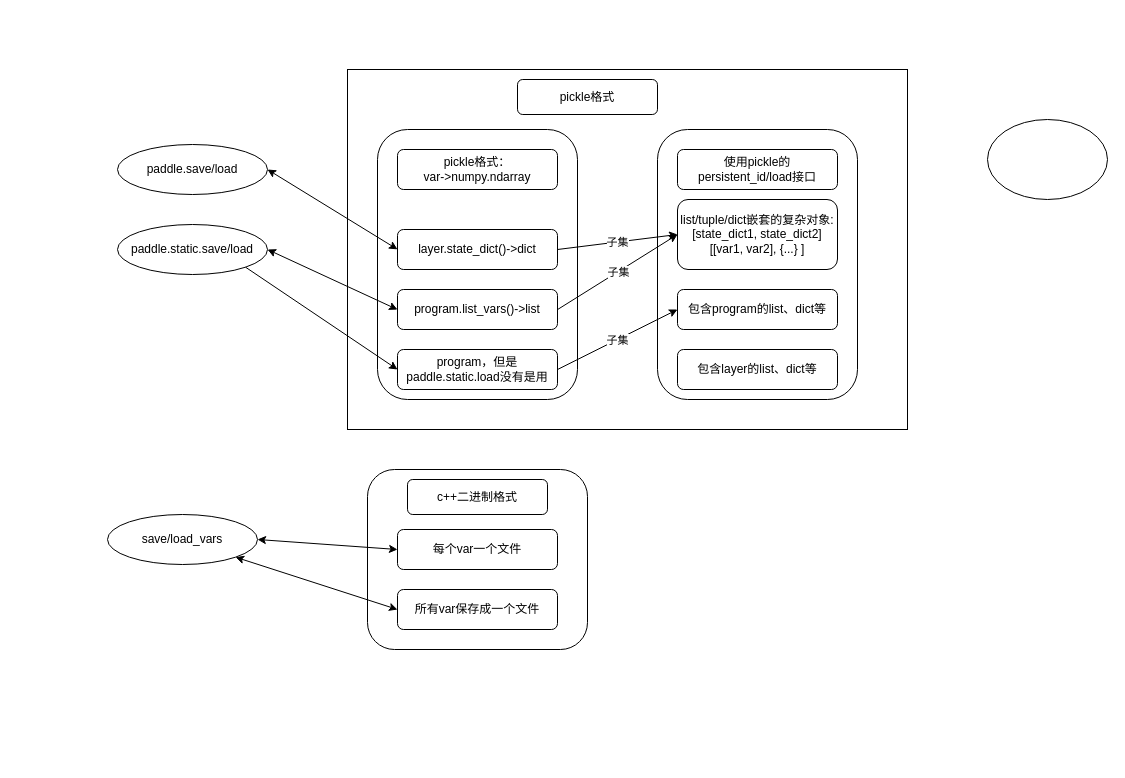
hbwx24/draw.io keeps this draw.io diagram as save/load Diagram.drawio. Above is the earlier version. Source tidied: cells renumbered, new cells numbered last; positions are measured from the earlier drawing's top-left corner, leaving out a move shared by most shapes. Both pictures are drawn from the tidied source at 100%, with x=0, y=0 at pixel (107, 69).
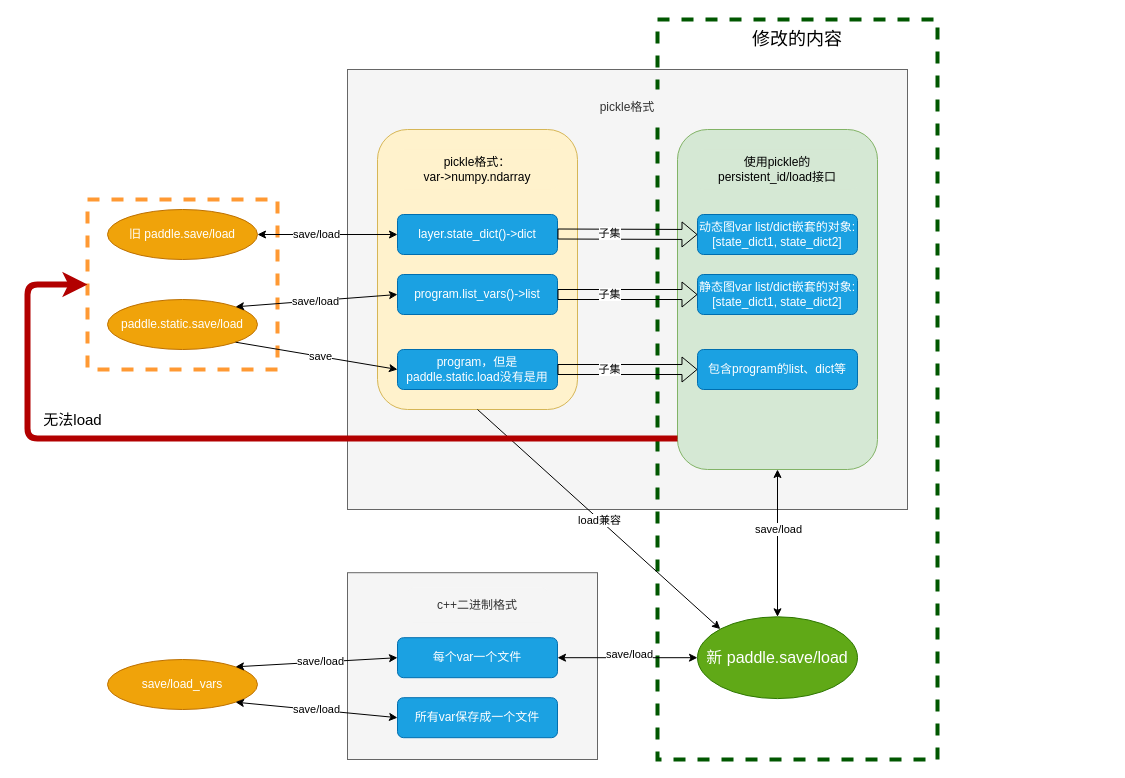
The same diagram, later.

Change to the diagram source:
```diff
@@
-    <mxCell id="2" style="rounded=0;whiteSpace=wrap;html=1;fillColor=none;" parent="1" vertex="1">
-      <mxGeometry x="240" width="560" height="360" as="geometry" />
+    <mxCell id="2" style="rounded=0;whiteSpace=wrap;html=1;fillColor=#f5f5f5;strokeColor=#666666;fontColor=#333333;" parent="1" vertex="1">
+      <mxGeometry x="240" width="560" height="440" as="geometry" />
     </mxCell>
+    <mxCell id="33" style="rounded=0;whiteSpace=wrap;html=1;dashed=1;strokeColor=#005700;strokeWidth=4;fontColor=#ffffff;fillColor=none;" parent="1" vertex="1">
+      <mxGeometry x="550" y="-50" width="280" height="740" as="geometry" />
+    </mxCell>
+    <mxCell id="34" style="rounded=0;whiteSpace=wrap;html=1;strokeColor=#FF9933;strokeWidth=4;fillColor=none;dashed=1;" parent="1" vertex="1">
+      <mxGeometry x="-20" y="130" width="190" height="170" as="geometry" />
+    </mxCell>
+    <mxCell id="35" style="rounded=0;whiteSpace=wrap;html=1;fillColor=#f5f5f5;strokeColor=#666666;fontColor=#333333;" parent="1" vertex="1">
+      <mxGeometry x="240" y="503.2" width="250" height="186.8" as="geometry" />
+    </mxCell>
+    <mxCell id="11" style="rounded=1;whiteSpace=wrap;html=1;fillColor=#fff2cc;strokeColor=#d6b656;" parent="1" vertex="1">
+      <mxGeometry x="270" y="60" width="200" height="280" as="geometry" />
+    </mxCell>
-    <mxCell id="3" style="rounded=1;whiteSpace=wrap;html=1;fillColor=none;" parent="1" vertex="1">
-      <mxGeometry x="550" y="60" width="200" height="270" as="geometry" />
+    <mxCell id="3" style="rounded=1;whiteSpace=wrap;html=1;fillColor=#d5e8d4;strokeColor=#82b366;" parent="1" vertex="1">
+      <mxGeometry x="570" y="60" width="200" height="340" as="geometry" />
     </mxCell>
-    <mxCell id="4" style="rounded=1;whiteSpace=wrap;html=1;fillColor=none;" parent="1" vertex="1">
-      <mxGeometry x="260" y="400" width="220" height="180" as="geometry" />
-    </mxCell>
-    <mxCell id="5" value="layer.state_dict()-&amp;gt;dict" style="rounded=1;whiteSpace=wrap;html=1;" parent="1" vertex="1">
-      <mxGeometry x="290" y="160" width="160" height="40" as="geometry" />
+    <mxCell id="5" value="layer.state_dict()-&amp;gt;dict" style="rounded=1;whiteSpace=wrap;html=1;fillColor=#1ba1e2;strokeColor=#006EAF;fontColor=#ffffff;" parent="1" vertex="1">
+      <mxGeometry x="290" y="145" width="160" height="40" as="geometry" />
     </mxCell>
-    <mxCell id="6" value="program.list_vars()-&amp;gt;list" style="rounded=1;whiteSpace=wrap;html=1;" parent="1" vertex="1">
-      <mxGeometry x="290" y="220" width="160" height="40" as="geometry" />
+    <mxCell id="6" value="program.list_vars()-&amp;gt;list" style="rounded=1;whiteSpace=wrap;html=1;fillColor=#1ba1e2;strokeColor=#006EAF;fontColor=#ffffff;" parent="1" vertex="1">
+      <mxGeometry x="290" y="205" width="160" height="40" as="geometry" />
     </mxCell>
-    <mxCell id="7" value="program，但是paddle.static.load没有是用" style="rounded=1;whiteSpace=wrap;html=1;" parent="1" vertex="1">
+    <mxCell id="7" value="program，但是paddle.static.load没有是用" style="rounded=1;whiteSpace=wrap;html=1;fillColor=#1ba1e2;strokeColor=#006EAF;fontColor=#ffffff;" parent="1" vertex="1">
       <mxGeometry x="290" y="280" width="160" height="40" as="geometry" />
     </mxCell>
-    <mxCell id="8" value="每个var一个文件" style="rounded=1;whiteSpace=wrap;html=1;" parent="1" vertex="1">
-      <mxGeometry x="290" y="460" width="160" height="40" as="geometry" />
+    <mxCell id="8" value="每个var一个文件" style="rounded=1;whiteSpace=wrap;html=1;fillColor=#1ba1e2;strokeColor=#006EAF;fontColor=#ffffff;" parent="1" vertex="1">
+      <mxGeometry x="290" y="568.2" width="160" height="40" as="geometry" />
     </mxCell>
-    <mxCell id="9" value="所有var保存成一个文件" style="rounded=1;whiteSpace=wrap;html=1;" parent="1" vertex="1">
-      <mxGeometry x="290" y="520" width="160" height="40" as="geometry" />
+    <mxCell id="9" value="所有var保存成一个文件" style="rounded=1;whiteSpace=wrap;html=1;fillColor=#1ba1e2;strokeColor=#006EAF;fontColor=#ffffff;" parent="1" vertex="1">
+      <mxGeometry x="290" y="628.2" width="160" height="40" as="geometry" />
     </mxCell>
-    <mxCell id="10" value="c++二进制格式" style="rounded=1;whiteSpace=wrap;html=1;" parent="1" vertex="1">
-      <mxGeometry x="300" y="410" width="140" height="35" as="geometry" />
+    <mxCell id="10" value="c++二进制格式" style="rounded=1;whiteSpace=wrap;html=1;fillColor=#f5f5f5;fontColor=#333333;strokeColor=none;" parent="1" vertex="1">
+      <mxGeometry x="300" y="518.2" width="140" height="35" as="geometry" />
     </mxCell>
-    <mxCell id="11" style="rounded=1;whiteSpace=wrap;html=1;fillColor=none;" parent="1" vertex="1">
-      <mxGeometry x="270" y="60" width="200" height="270" as="geometry" />
-    </mxCell>
-    <mxCell id="12" value="list/tuple/dict嵌套的复杂对象:&lt;br&gt;[state_dict1, state_dict2]&lt;br&gt;[[var1, var2], {...} ]" style="rounded=1;whiteSpace=wrap;html=1;" parent="1" vertex="1">
-      <mxGeometry x="570" y="130" width="160" height="70" as="geometry" />
+    <mxCell id="12" value="动态图var list/dict嵌套的对象:&lt;br&gt;[state_dict1, state_dict2]" style="rounded=1;whiteSpace=wrap;html=1;fillColor=#1ba1e2;strokeColor=#006EAF;fontColor=#ffffff;" parent="1" vertex="1">
+      <mxGeometry x="590" y="145" width="160" height="40" as="geometry" />
     </mxCell>
-    <mxCell id="13" value="pickle格式：&lt;br&gt;var-&amp;gt;numpy.ndarray" style="rounded=1;whiteSpace=wrap;html=1;" parent="1" vertex="1">
+    <mxCell id="13" value="pickle格式：&lt;br&gt;var-&amp;gt;numpy.ndarray" style="rounded=1;whiteSpace=wrap;html=1;fillColor=#fff2cc;strokeColor=none;" parent="1" vertex="1">
       <mxGeometry x="290" y="80" width="160" height="40" as="geometry" />
     </mxCell>
-    <mxCell id="14" value="包含program的list、dict等" style="rounded=1;whiteSpace=wrap;html=1;" parent="1" vertex="1">
-      <mxGeometry x="570" y="220" width="160" height="40" as="geometry" />
+    <mxCell id="14" value="包含program的list、dict等" style="rounded=1;whiteSpace=wrap;html=1;fillColor=#1ba1e2;strokeColor=#006EAF;fontColor=#ffffff;" parent="1" vertex="1">
+      <mxGeometry x="590" y="280" width="160" height="40" as="geometry" />
     </mxCell>
-    <mxCell id="15" value="包含layer的list、dict等" style="rounded=1;whiteSpace=wrap;html=1;" parent="1" vertex="1">
-      <mxGeometry x="570" y="280" width="160" height="40" as="geometry" />
-    </mxCell>
-    <mxCell id="16" value="使用pickle的persistent_id/load接口" style="rounded=1;whiteSpace=wrap;html=1;" parent="1" vertex="1">
-      <mxGeometry x="570" y="80" width="160" height="40" as="geometry" />
+    <mxCell id="16" value="使用pickle的persistent_id/load接口" style="rounded=1;whiteSpace=wrap;html=1;fillColor=#d5e8d4;strokeColor=none;" parent="1" vertex="1">
+      <mxGeometry x="590" y="80" width="160" height="40" as="geometry" />
     </mxCell>
-    <mxCell id="17" value="pickle格式" style="rounded=1;whiteSpace=wrap;html=1;" parent="1" vertex="1">
-      <mxGeometry x="410" y="10" width="140" height="35" as="geometry" />
+    <mxCell id="17" value="pickle格式" style="rounded=1;whiteSpace=wrap;html=1;fillColor=#f5f5f5;fontColor=#333333;strokeColor=none;" parent="1" vertex="1">
+      <mxGeometry x="450" y="20" width="140" height="35" as="geometry" />
     </mxCell>
-    <mxCell id="18" style="endArrow=classic;html=1;entryX=0;entryY=0.5;entryDx=0;entryDy=0;" parent="1" edge="1" target="12">
-      <mxGeometry relative="1" as="geometry">
-        <mxPoint x="450" y="180" as="sourcePoint" />
-      </mxGeometry>
-    </mxCell>
-    <mxCell id="19" value="子集" style="edgeLabel;html=1;align=center;verticalAlign=middle;" parent="18" vertex="1">
-      <mxGeometry relative="1" as="geometry" />
-    </mxCell>
-    <mxCell id="20" style="endArrow=classic;html=1;entryX=0;entryY=0.5;entryDx=0;entryDy=0;exitX=0.9;exitY=0.667;exitDx=0;exitDy=0;exitPerimeter=0;" parent="1" edge="1" source="11" target="12">
-      <mxGeometry relative="1" as="geometry" />
-    </mxCell>
-    <mxCell id="21" value="子集" style="edgeLabel;html=1;align=center;verticalAlign=middle;" parent="20" vertex="1">
-      <mxGeometry relative="1" as="geometry" />
-    </mxCell>
-    <mxCell id="22" style="endArrow=classic;html=1;entryX=0;entryY=0.5;entryDx=0;entryDy=0;exitX=0.9;exitY=0.889;exitDx=0;exitDy=0;exitPerimeter=0;" parent="1" edge="1" source="11" target="14">
-      <mxGeometry relative="1" as="geometry" />
-    </mxCell>
-    <mxCell id="23" value="子集" style="edgeLabel;html=1;align=center;verticalAlign=middle;" parent="22" vertex="1">
-      <mxGeometry relative="1" as="geometry" />
-    </mxCell>
-    <mxCell id="24" value="paddle.static.save/load" style="ellipse;whiteSpace=wrap;html=1;fillColor=none;" parent="1" vertex="1">
-      <mxGeometry x="10" y="155" width="150" height="50" as="geometry" />
+    <mxCell id="24" value="paddle.static.save/load" style="ellipse;whiteSpace=wrap;html=1;fillColor=#f0a30a;strokeColor=#BD7000;fontColor=#ffffff;" parent="1" vertex="1">
+      <mxGeometry y="230" width="150" height="50" as="geometry" />
     </mxCell>
-    <mxCell id="25" value="paddle.save/load" style="ellipse;whiteSpace=wrap;html=1;fillColor=none;" parent="1" vertex="1">
-      <mxGeometry x="10" y="75" width="150" height="50" as="geometry" />
+    <mxCell id="25" value="旧 paddle.save/load" style="ellipse;whiteSpace=wrap;html=1;fillColor=#f0a30a;strokeColor=#BD7000;fontColor=#ffffff;" parent="1" vertex="1">
+      <mxGeometry y="140" width="150" height="50" as="geometry" />
     </mxCell>
-    <mxCell id="26" value="save/load_vars" style="ellipse;whiteSpace=wrap;html=1;fillColor=none;" parent="1" vertex="1">
-      <mxGeometry y="445" width="150" height="50" as="geometry" />
+    <mxCell id="26" value="save/load_vars" style="ellipse;whiteSpace=wrap;html=1;fillColor=#f0a30a;strokeColor=#BD7000;fontColor=#ffffff;" parent="1" vertex="1">
+      <mxGeometry y="590" width="150" height="50" as="geometry" />
     </mxCell>
-    <mxCell id="27" style="endArrow=classic;startArrow=classic;html=1;entryX=0.1;entryY=0.444;entryDx=0;entryDy=0;entryPerimeter=0;exitX=1;exitY=0.5;exitDx=0;exitDy=0;" parent="1" edge="1" source="25" target="11">
+    <mxCell id="27" style="endArrow=classic;startArrow=classic;html=1;exitX=1;exitY=0.5;exitDx=0;exitDy=0;entryX=0;entryY=0.5;entryDx=0;entryDy=0;" parent="1" edge="1" source="25" target="5">
       <mxGeometry relative="1" as="geometry" />
     </mxCell>
+    <mxCell id="36" value="save/load" style="edgeLabel;html=1;align=center;verticalAlign=middle;" parent="27" vertex="1">
+      <mxGeometry x="-0.17" y="1" relative="1" as="geometry" />
+    </mxCell>
-    <mxCell id="28" style="endArrow=classic;startArrow=classic;html=1;entryX=0.1;entryY=0.667;entryDx=0;entryDy=0;entryPerimeter=0;exitX=1;exitY=0.5;exitDx=0;exitDy=0;" parent="1" edge="1" source="24" target="11">
+    <mxCell id="28" style="endArrow=classic;startArrow=classic;html=1;exitX=1;exitY=0;exitDx=0;exitDy=0;entryX=0;entryY=0.5;entryDx=0;entryDy=0;" parent="1" edge="1" source="24" target="6">
       <mxGeometry relative="1" as="geometry" />
     </mxCell>
+    <mxCell id="37" value="save/load" style="edgeLabel;html=1;align=center;verticalAlign=middle;" parent="28" vertex="1">
+      <mxGeometry x="-0.02" relative="1" as="geometry" />
+    </mxCell>
-    <mxCell id="29" style="endArrow=classic;html=1;entryX=0.1;entryY=0.889;entryDx=0;entryDy=0;entryPerimeter=0;exitX=1;exitY=1;exitDx=0;exitDy=0;" parent="1" edge="1" source="24" target="11">
+    <mxCell id="29" style="endArrow=classic;html=1;exitX=1;exitY=1;exitDx=0;exitDy=0;entryX=0;entryY=0.5;entryDx=0;entryDy=0;" parent="1" edge="1" source="24" target="7">
       <mxGeometry relative="1" as="geometry" />
     </mxCell>
+    <mxCell id="38" value="save" style="edgeLabel;html=1;align=center;verticalAlign=middle;" parent="29" vertex="1">
+      <mxGeometry x="0.05" relative="1" as="geometry" />
+    </mxCell>
-    <mxCell id="30" style="endArrow=classic;startArrow=classic;html=1;entryX=0;entryY=0.5;entryDx=0;entryDy=0;exitX=1;exitY=0.5;exitDx=0;exitDy=0;" parent="1" edge="1" source="26" target="8">
+    <mxCell id="30" style="endArrow=classic;startArrow=classic;html=1;entryX=0;entryY=0.5;entryDx=0;entryDy=0;exitX=1;exitY=0;exitDx=0;exitDy=0;" parent="1" edge="1" source="26" target="8">
       <mxGeometry relative="1" as="geometry" />
     </mxCell>
+    <mxCell id="39" value="save/load" style="edgeLabel;html=1;align=center;verticalAlign=middle;" parent="30" vertex="1">
+      <mxGeometry x="0.05" y="1" relative="1" as="geometry" />
+    </mxCell>
-    <mxCell id="31" style="endArrow=classic;startArrow=classic;html=1;entryX=0;entryY=0.5;entryDx=0;entryDy=0;exitX=1;exitY=1;exitDx=0;exitDy=0;" parent="1" edge="1" source="26" target="9">
+    <mxCell id="31" value="save/load" style="endArrow=classic;startArrow=classic;html=1;entryX=0;entryY=0.5;entryDx=0;entryDy=0;exitX=1;exitY=1;exitDx=0;exitDy=0;" parent="1" edge="1" source="26" target="9">
       <mxGeometry relative="1" as="geometry" />
     </mxCell>
-    <mxCell id="32" style="ellipse;whiteSpace=wrap;html=1;fillColor=none;" parent="1" vertex="1">
-      <mxGeometry x="880" y="50" width="120" height="80" as="geometry" />
+    <mxCell id="32" value="&lt;font style=&quot;font-size: 16px&quot;&gt;新 paddle.save/load&lt;/font&gt;" style="ellipse;whiteSpace=wrap;html=1;fillColor=#60a917;strokeColor=#2D7600;fontColor=#ffffff;" parent="1" vertex="1">
+      <mxGeometry x="590" y="547.3" width="160" height="81.8" as="geometry" />
     </mxCell>
+    <mxCell id="40" style="endArrow=classic;html=1;entryX=0;entryY=0;entryDx=0;entryDy=0;exitX=0.5;exitY=1;exitDx=0;exitDy=0;" parent="1" edge="1" source="11" target="32">
+      <mxGeometry relative="1" as="geometry" />
+    </mxCell>
+    <mxCell id="41" value="load兼容" style="edgeLabel;html=1;align=center;verticalAlign=middle;" parent="40" vertex="1">
+      <mxGeometry relative="1" as="geometry" />
+    </mxCell>
+    <mxCell id="42" style="endArrow=classic;startArrow=classic;html=1;entryX=0.5;entryY=1;entryDx=0;entryDy=0;exitX=0.5;exitY=0;exitDx=0;exitDy=0;" parent="1" edge="1" source="32" target="3">
+      <mxGeometry relative="1" as="geometry" />
+    </mxCell>
+    <mxCell id="43" value="save/load" style="edgeLabel;html=1;align=center;verticalAlign=middle;" parent="42" vertex="1">
+      <mxGeometry x="0.2" relative="1" as="geometry" />
+    </mxCell>
+    <mxCell id="44" style="endArrow=classic;startArrow=classic;html=1;entryX=0;entryY=0.5;entryDx=0;entryDy=0;exitX=1;exitY=0.5;exitDx=0;exitDy=0;" parent="1" edge="1" source="8" target="32">
+      <mxGeometry relative="1" as="geometry" />
+    </mxCell>
+    <mxCell id="45" value="save/load" style="edgeLabel;html=1;align=center;verticalAlign=middle;" parent="44" vertex="1">
+      <mxGeometry x="0.02" y="4" relative="1" as="geometry" />
+    </mxCell>
+    <mxCell id="46" value="静态图var list/dict嵌套的对象:&lt;br&gt;[state_dict1, state_dict2]" style="rounded=1;whiteSpace=wrap;html=1;fillColor=#1ba1e2;strokeColor=#006EAF;fontColor=#ffffff;" parent="1" vertex="1">
+      <mxGeometry x="590" y="205" width="160" height="40" as="geometry" />
+    </mxCell>
+    <mxCell id="47" style="shape=flexArrow;endArrow=classic;html=1;entryX=0;entryY=0.5;entryDx=0;entryDy=0;exitX=1;exitY=0.5;exitDx=0;exitDy=0;endWidth=14;endSize=4.67;" parent="1" edge="1" source="6" target="46">
+      <mxGeometry relative="1" as="geometry" />
+    </mxCell>
+    <mxCell id="48" value="子集" style="edgeLabel;html=1;align=center;verticalAlign=middle;" parent="47" vertex="1">
+      <mxGeometry x="-0.27" y="1" relative="1" as="geometry" />
+    </mxCell>
+    <mxCell id="49" style="shape=flexArrow;endArrow=classic;html=1;entryX=0;entryY=0.5;entryDx=0;entryDy=0;exitX=1;exitY=0.5;exitDx=0;exitDy=0;endWidth=14;endSize=4.67;" parent="1" edge="1" target="12">
+      <mxGeometry relative="1" as="geometry">
+        <mxPoint x="450" y="164.5" as="sourcePoint" />
+      </mxGeometry>
+    </mxCell>
+    <mxCell id="50" value="子集" style="edgeLabel;html=1;align=center;verticalAlign=middle;" parent="49" vertex="1">
+      <mxGeometry x="-0.27" y="1" relative="1" as="geometry" />
+    </mxCell>
+    <mxCell id="51" style="shape=flexArrow;endArrow=classic;html=1;entryX=0;entryY=0.5;entryDx=0;entryDy=0;exitX=1;exitY=0.5;exitDx=0;exitDy=0;endWidth=14;endSize=4.67;" parent="1" edge="1" target="14">
+      <mxGeometry relative="1" as="geometry">
+        <mxPoint x="450" y="300" as="sourcePoint" />
+      </mxGeometry>
+    </mxCell>
+    <mxCell id="52" value="子集" style="edgeLabel;html=1;align=center;verticalAlign=middle;" parent="51" vertex="1">
+      <mxGeometry x="-0.27" y="1" relative="1" as="geometry" />
+    </mxCell>
+    <mxCell id="53" style="edgeStyle=segmentEdgeStyle;endArrow=classic;html=1;fillColor=#e51400;strokeColor=#B20000;strokeWidth=6;entryX=0;entryY=0.5;entryDx=0;entryDy=0;" parent="1" edge="1" source="3" target="34">
+      <mxGeometry relative="1" as="geometry">
+        <Array as="points">
+          <mxPoint x="-80" y="369" />
+          <mxPoint x="-80" y="215" />
+        </Array>
+      </mxGeometry>
+    </mxCell>
+    <mxCell id="54" value="&lt;font style=&quot;font-size: 15px&quot;&gt;无法load&lt;/font&gt;" style="text;html=1;align=center;verticalAlign=middle;" parent="1" vertex="1">
+      <mxGeometry x="-70" y="340" width="70" height="20" as="geometry" />
+    </mxCell>
+    <mxCell id="55" value="&lt;font style=&quot;font-size: 18px&quot;&gt;修改的内容&lt;/font&gt;" style="text;html=1;align=center;verticalAlign=middle;whiteSpace=wrap;rounded=0;dashed=1;" parent="1" vertex="1">
+      <mxGeometry x="635" y="-40" width="110" height="20" as="geometry" />
+    </mxCell>
```
